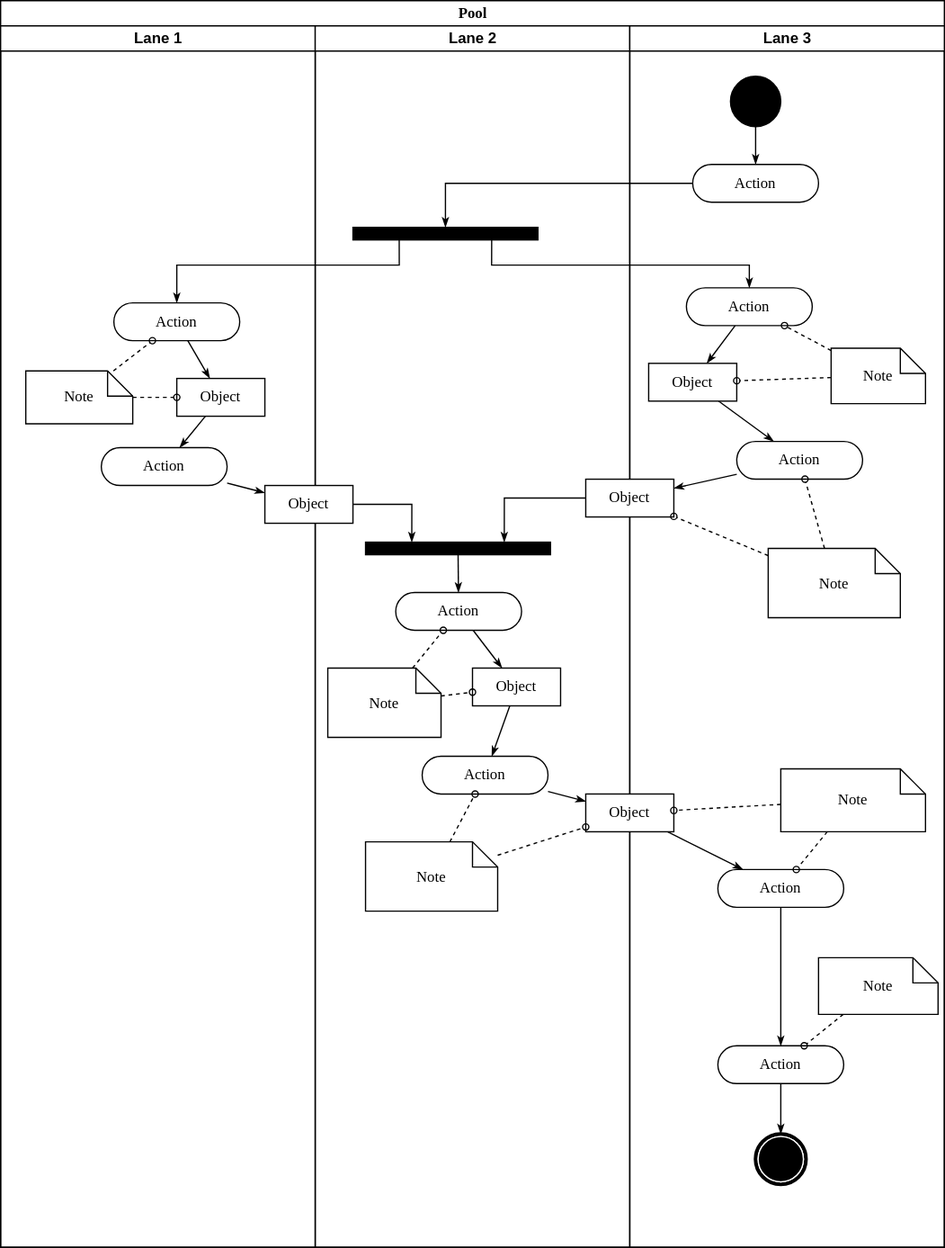
Above: Diagrama-Atividades/Protocolo_Emergente.svg in wholocked1/Projeto-2-modelagem (draw.io), before the change. Source tidied: cells renumbered, new cells last; positions are measured from the earlier drawing's top-left corner, leaving out a move shared by most shapes.
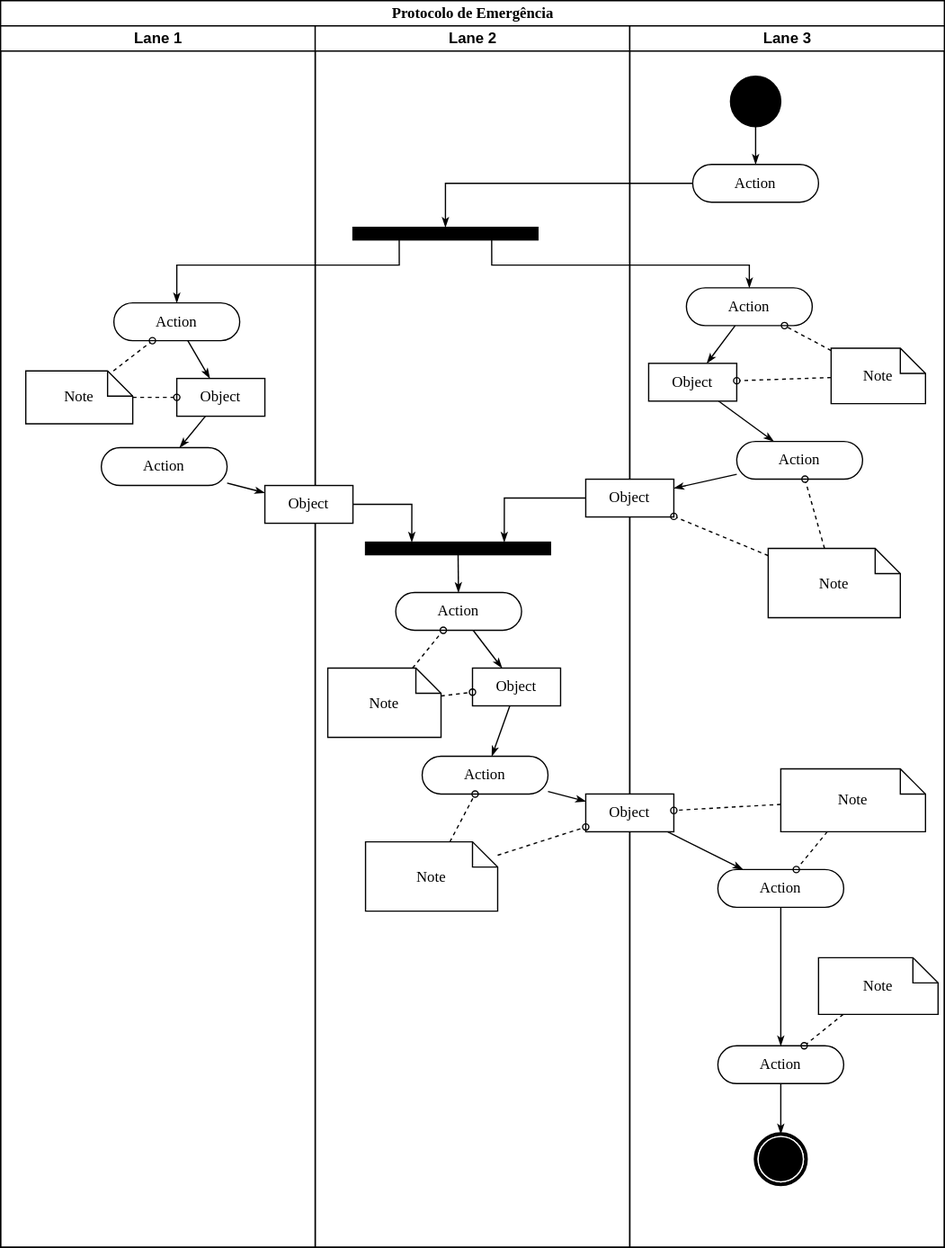
After the change.

Diff of the diagram source:
```diff
@@ -2,7 +2,7 @@
   <root>
     <mxCell id="0" />
     <mxCell id="1" parent="0" />
-    <mxCell id="2" value="Pool" style="swimlane;html=1;startSize=20;rounded=0;shadow=0;comic=0;labelBackgroundColor=none;strokeWidth=1;fontFamily=Verdana;fontSize=12;align=center;" parent="1" vertex="1">
+    <mxCell id="2" value="Protocolo de Emergência" style="swimlane;html=1;startSize=20;rounded=0;shadow=0;comic=0;labelBackgroundColor=none;strokeWidth=1;fontFamily=Verdana;fontSize=12;align=center;" parent="1" vertex="1">
       <mxGeometry width="750" height="990" as="geometry" />
     </mxCell>
     <mxCell id="3" value="Lane 1" style="swimlane;html=1;startSize=20;" parent="2" vertex="1">
```
